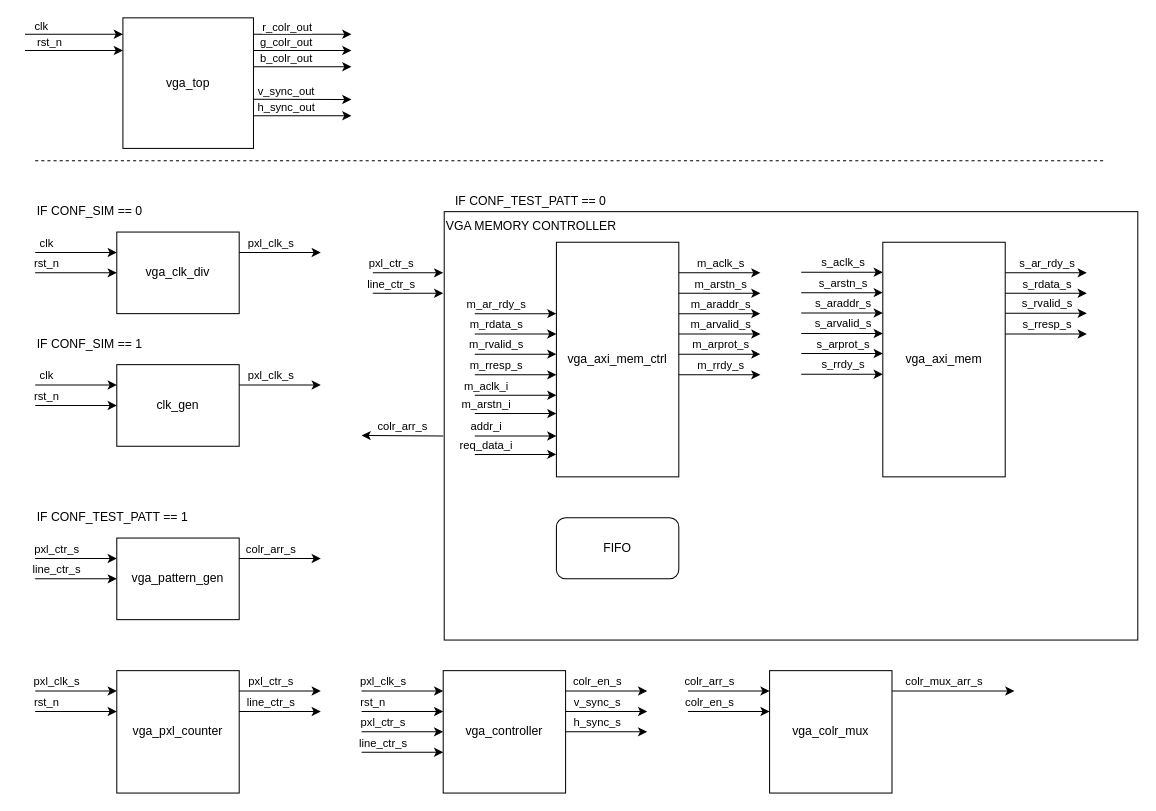
Above: page "vga_arch_int_BRAM" (3 of 5) of docs/top_lvl_block_diagram.drawio in T-Szymk/VGA_Controller (draw.io), before the change. Source tidied: cells renumbered, new cells numbered last; positions are measured from the earlier drawing's top-left corner, leaving out a move shared by most shapes. Both pictures are drawn from the tidied source at 102%, with x=0, y=0 at pixel (24, 17).
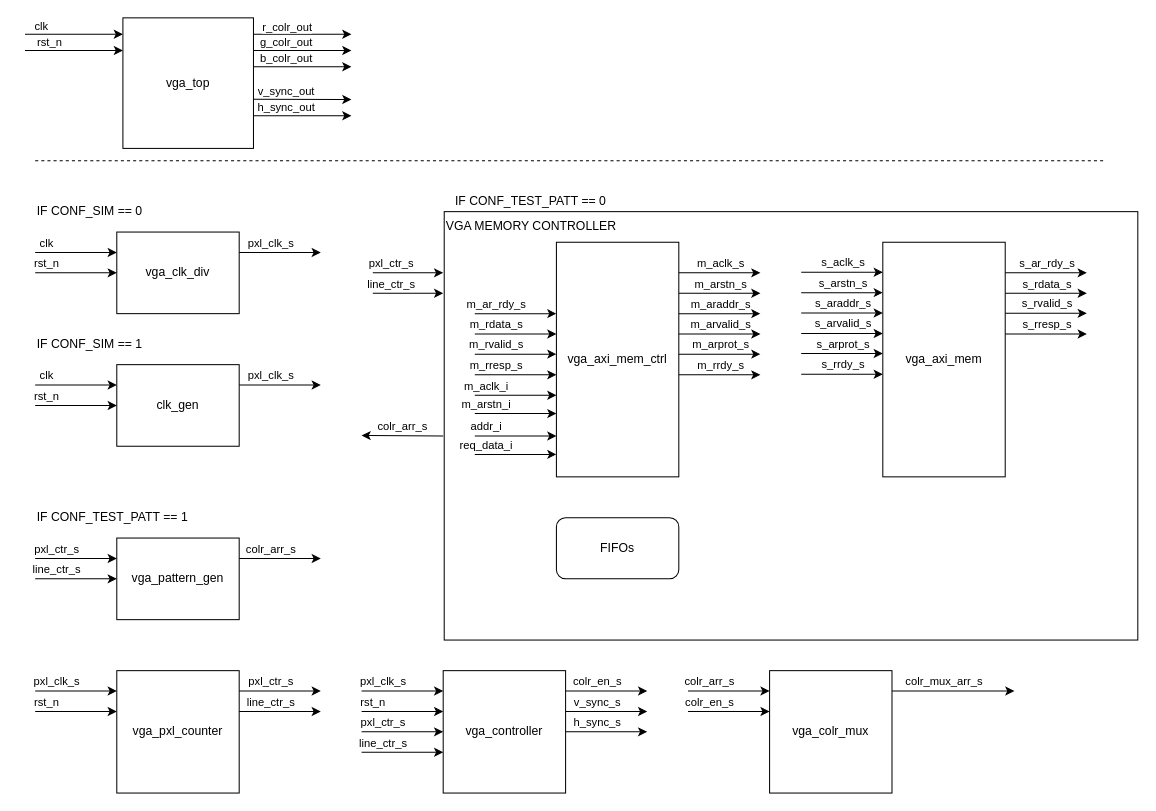
After the change.

Commit message (it also covers changes not shown here):
add do file for mem_intf_model, implement model of FIFO/BRAM

Diff of the diagram source:
```diff
@@
-    <mxCell id="119" value="FIFO" style="rounded=1;whiteSpace=wrap;html=1;" parent="1" vertex="1">
+    <mxCell id="119" value="FIFOs" style="rounded=1;whiteSpace=wrap;html=1;" parent="1" vertex="1">
       <mxGeometry x="521" y="490" width="120" height="60" as="geometry" />
     </mxCell>
```
